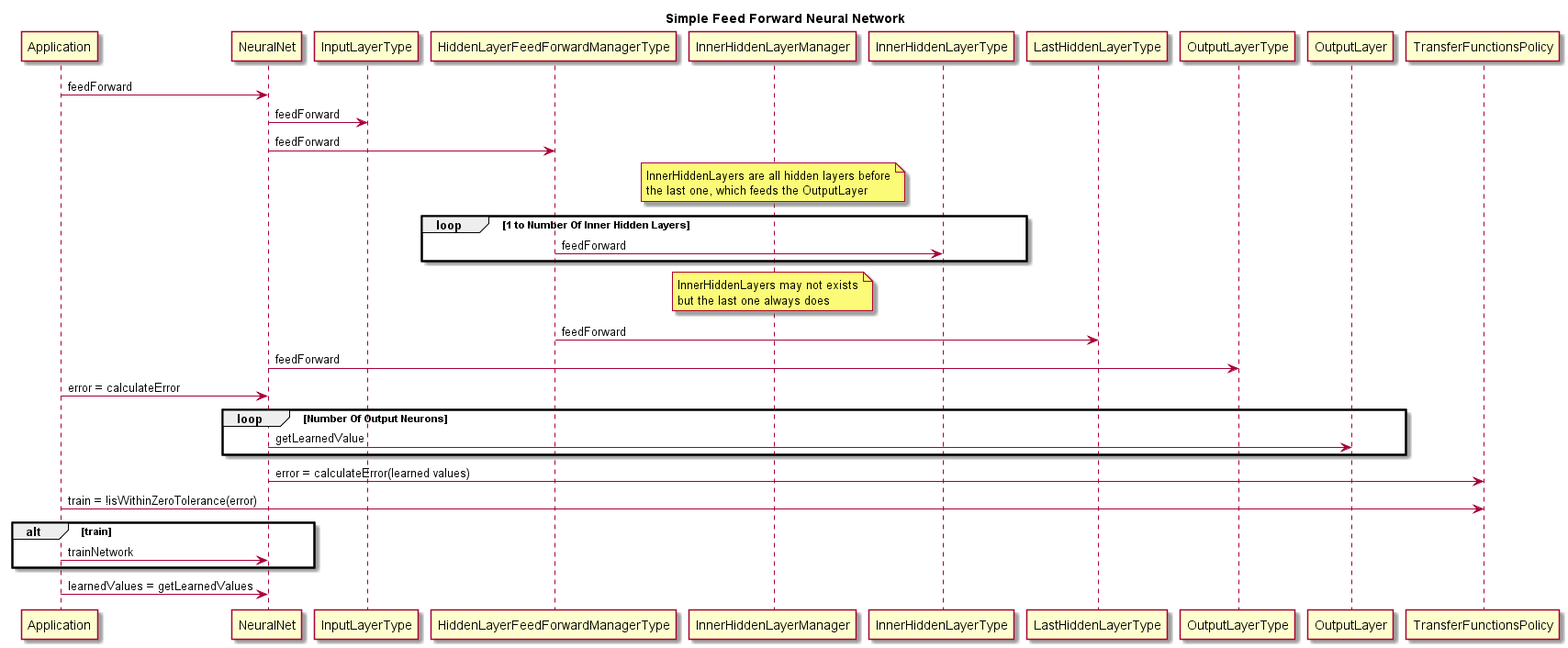
The PlantUML diagram uml/nn/nn_ssd_ff.png in intel/cppnnml, before a commit. Source of this version:
```plantuml
@startuml
title Simple Feed Forward Neural Network
Application -> NeuralNet : feedForward
NeuralNet -> InputLayerType : feedForward
NeuralNet -> HiddenLayerFeedForwardManagerType : feedForward
note over InnerHiddenLayerManager : InnerHiddenLayers are all hidden layers before\nthe last one, which feeds the OutputLayer
loop 1 to Number Of Inner Hidden Layers
HiddenLayerFeedForwardManagerType -> InnerHiddenLayerType : feedForward
end
note over InnerHiddenLayerManager : InnerHiddenLayers may not exists\nbut the last one always does
HiddenLayerFeedForwardManagerType -> LastHiddenLayerType : feedForward
NeuralNet -> OutputLayerType : feedForward
Application -> NeuralNet : error = calculateError
loop Number Of Output Neurons
NeuralNet -> OutputLayer : getLearnedValue
end
NeuralNet -> TransferFunctionsPolicy : error = calculateError(learned values)
Application -> TransferFunctionsPolicy : train = !isWithinZeroTolerance(error)
alt train
Application -> NeuralNet : trainNetwork
end
Application -> NeuralNet : learnedValues = getLearnedValues
@enduml
```
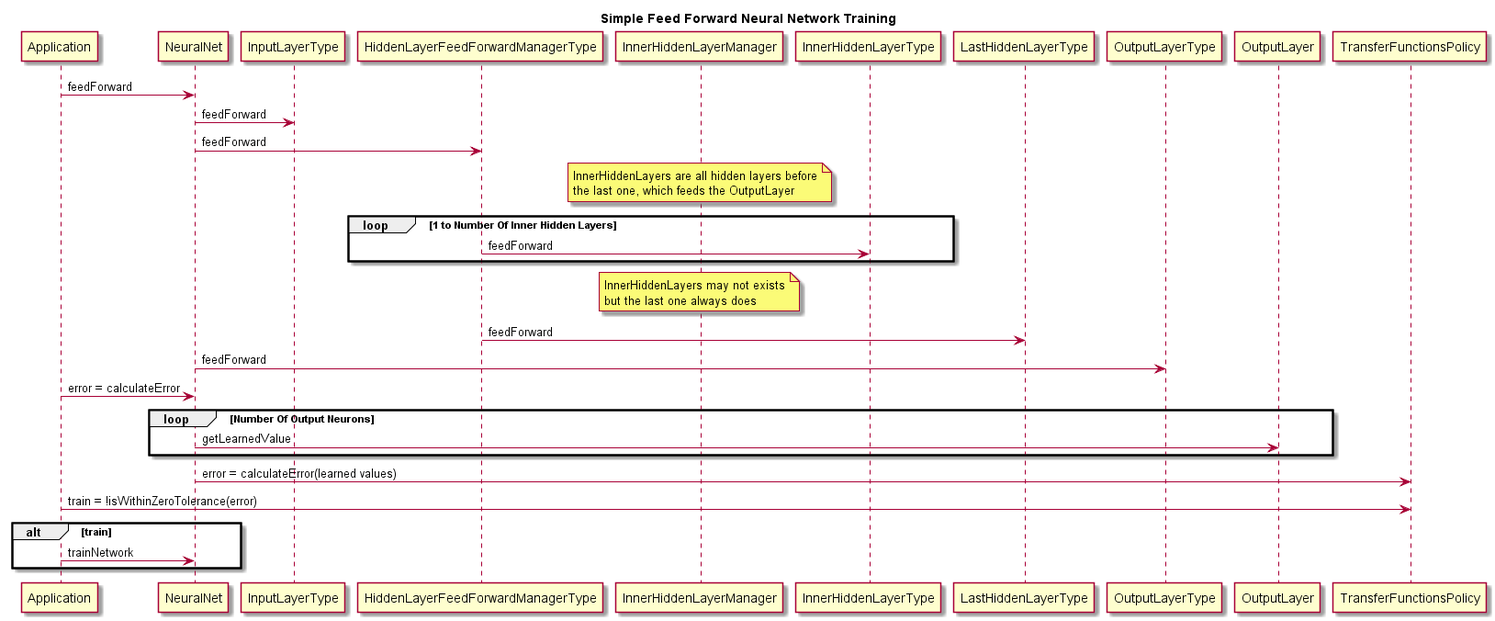
Above is the later version.

Commit message:
UML updates for nn SSDs.

Change to the diagram source:
```diff
@@ -1,5 +1,5 @@
 @startuml
-title Simple Feed Forward Neural Network
+title Simple Feed Forward Neural Network Training
 Application -> NeuralNet : feedForward
 NeuralNet -> InputLayerType : feedForward
 NeuralNet -> HiddenLayerFeedForwardManagerType : feedForward
@@ -19,5 +19,4 @@
 alt train
 Application -> NeuralNet : trainNetwork
 end
-Application -> NeuralNet : learnedValues = getLearnedValues
 @enduml
```
